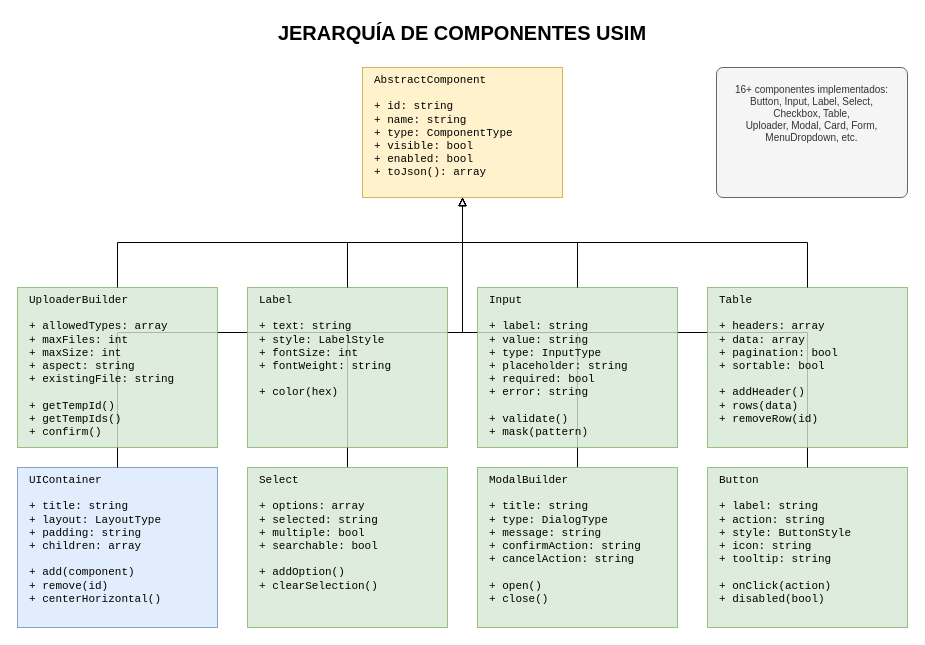
Above: page "3. Clases de Componentes" (3 of 4) of docs/framework/USIM_DIAGRAMS.drawio in idei/usim-framework (draw.io), before the change. Source tidied: cells renumbered, new cells numbered last; positions are measured from the earlier drawing's top-left corner, leaving out a move shared by most shapes. Both pictures are drawn from the tidied source at 100%, with x=0, y=0 at pixel (17, 17).
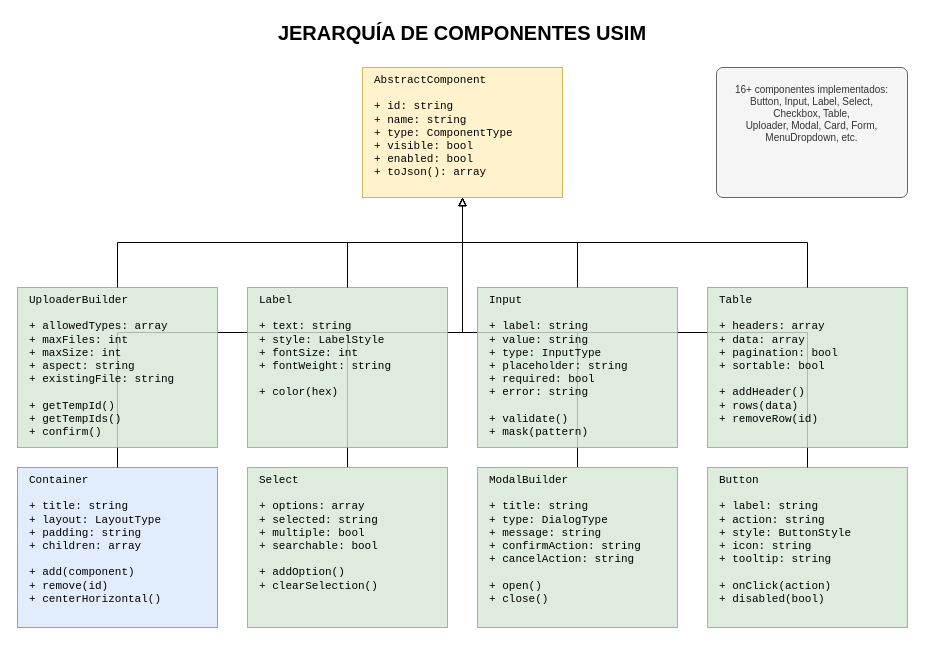
The same diagram, later.

The edit, as a diff of the source:
```diff
@@
-    <mxCell id="6" value="UIContainer&#10;&#10;+ title: string&#10;+ layout: LayoutType&#10;+ padding: string&#10;+ children: array&#10;&#10;+ add(component)&#10;+ remove(id)&#10;+ centerHorizontal()" style="rounded=0;whiteSpace=wrap;html=1;fillColor=#dae8fc;strokeColor=#6c8ebf;align=left;verticalAlign=top;spacingLeft=10;fontFamily=Courier New;fontSize=11;opacity=80;" parent="1" vertex="1">
+    <mxCell id="6" value="Container&#10;&#10;+ title: string&#10;+ layout: LayoutType&#10;+ padding: string&#10;+ children: array&#10;&#10;+ add(component)&#10;+ remove(id)&#10;+ centerHorizontal()" style="rounded=0;whiteSpace=wrap;html=1;fillColor=#dae8fc;strokeColor=#6c8ebf;align=left;verticalAlign=top;spacingLeft=10;fontFamily=Courier New;fontSize=11;opacity=80;" parent="1" vertex="1">
       <mxGeometry y="450" width="200" height="160" as="geometry" />
     </mxCell>
```
